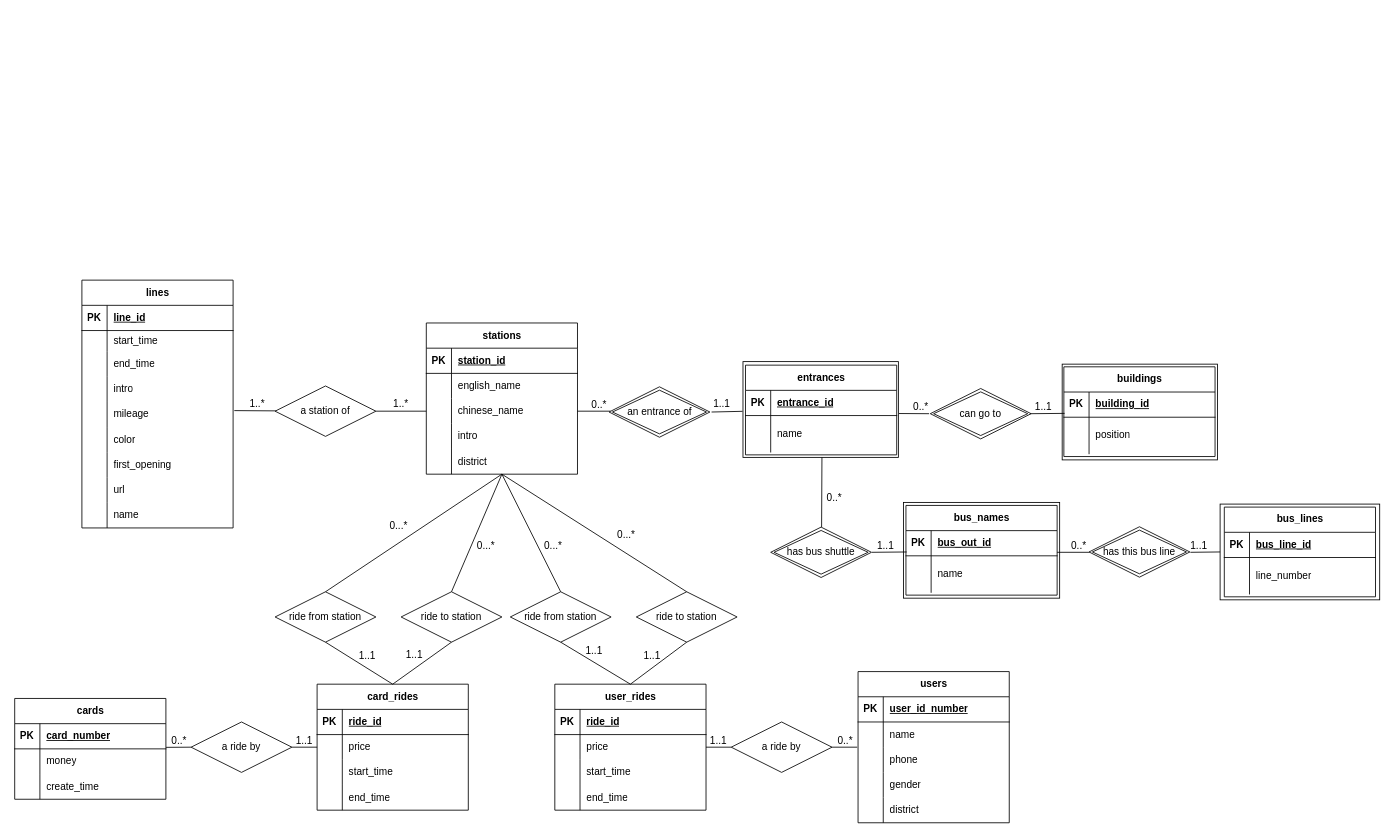
Earlier version of the draw.io diagram ER-Proj1.drawio (Dilemma-CMZ/CS307-Project1). Source tidied: cells renumbered, new cells numbered last; positions are measured from the earlier drawing's top-left corner, leaving out a move shared by most shapes. Both pictures are drawn from the tidied source at 84%, with x=0, y=0 at pixel (14, 280).
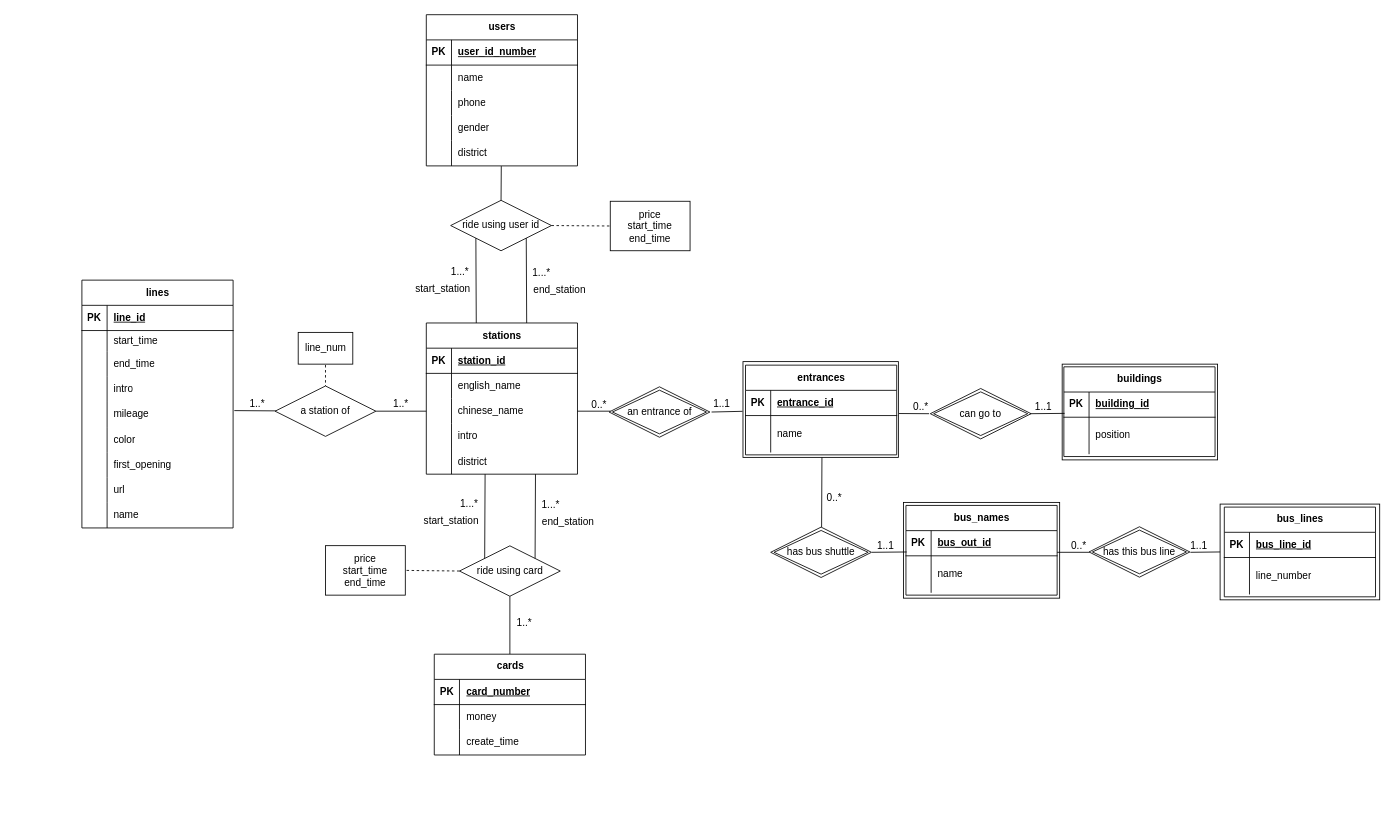
The same diagram, later.

The change refers to these unchanged cells:
```xml
<mxCell id="50" value="a station of" style="shape=rhombus;perimeter=rhombusPerimeter;whiteSpace=wrap;html=1;align=center;" parent="1" vertex="1">
  <mxGeometry x="310" y="126" width="120" height="60" as="geometry" />
</mxCell>
<mxCell id="150" style="shape=tableRow;horizontal=0;startSize=0;swimlaneHead=0;swimlaneBody=0;fillColor=none;points=[[0,0.5],[1,0.5]];portConstraint=eastwest;top=0;left=0;right=0;bottom=1;" parent="149" vertex="1">
  <mxGeometry y="30" width="180" height="30" as="geometry" />
</mxCell>
<mxCell id="172" style="shape=tableRow;horizontal=0;startSize=0;swimlaneHead=0;swimlaneBody=0;fillColor=none;points=[[0,0.5],[1,0.5]];portConstraint=eastwest;top=0;left=0;right=0;bottom=0;" parent="159" vertex="1">
  <mxGeometry y="150" width="180" height="30" as="geometry" />
</mxCell>
```

What changed in the source:
```diff
@@
-    <mxCell id="99" value="card_rides" style="shape=table;startSize=30;childLayout=tableLayout;rowLines=0;fontStyle=1;align=center;html=1;" parent="1" vertex="1">
-      <mxGeometry x="360" y="481" width="180" height="150" as="geometry" />
-    </mxCell>
-    <mxCell id="100" style="shape=tableRow;horizontal=0;startSize=0;swimlaneHead=0;swimlaneBody=0;fillColor=none;top=0;left=0;right=0;bottom=1;" parent="99" vertex="1">
-      <mxGeometry y="30" width="180" height="30" as="geometry" />
-    </mxCell>
-    <mxCell id="101" value="PK" style="shape=partialRectangle;fillColor=none;top=0;left=0;bottom=0;right=0;fontStyle=1;overflow=hidden;whiteSpace=wrap;html=1;" parent="100" vertex="1">
-      <mxGeometry width="30" height="30" as="geometry" />
-    </mxCell>
-    <mxCell id="102" value="ride_id" style="shape=partialRectangle;fillColor=none;top=0;left=0;bottom=0;right=0;align=left;spacingLeft=6;fontStyle=5;overflow=hidden;whiteSpace=wrap;html=1;" parent="100" vertex="1">
-      <mxGeometry x="30" width="150" height="30" as="geometry" />
-    </mxCell>
-    <mxCell id="103" style="shape=tableRow;horizontal=0;startSize=0;swimlaneHead=0;swimlaneBody=0;fillColor=none;points=[[0,0.5],[1,0.5]];portConstraint=eastwest;top=0;left=0;right=0;bottom=0;" parent="99" vertex="1">
-      <mxGeometry y="60" width="180" height="30" as="geometry" />
-    </mxCell>
-    <mxCell id="104" style="shape=partialRectangle;fillColor=none;top=0;left=0;bottom=0;right=0;overflow=hidden;whiteSpace=wrap;html=1;" parent="103" vertex="1">
-      <mxGeometry width="30" height="30" as="geometry" />
-    </mxCell>
-    <mxCell id="105" value="price" style="shape=partialRectangle;fillColor=none;top=0;left=0;bottom=0;right=0;align=left;spacingLeft=6;overflow=hidden;whiteSpace=wrap;html=1;" parent="103" vertex="1">
-      <mxGeometry x="30" width="150" height="30" as="geometry" />
-    </mxCell>
-    <mxCell id="106" style="shape=tableRow;horizontal=0;startSize=0;swimlaneHead=0;swimlaneBody=0;fillColor=none;top=0;left=0;right=0;bottom=0;" parent="99" vertex="1">
-      <mxGeometry y="90" width="180" height="30" as="geometry" />
-    </mxCell>
-    <mxCell id="107" style="shape=partialRectangle;fillColor=none;top=0;left=0;bottom=0;right=0;overflow=hidden;whiteSpace=wrap;html=1;" parent="106" vertex="1">
-      <mxGeometry width="30" height="30" as="geometry" />
-    </mxCell>
-    <mxCell id="108" value="start_time" style="shape=partialRectangle;fillColor=none;top=0;left=0;bottom=0;right=0;align=left;spacingLeft=6;overflow=hidden;whiteSpace=wrap;html=1;" parent="106" vertex="1">
-      <mxGeometry x="30" width="150" height="30" as="geometry" />
-    </mxCell>
-    <mxCell id="109" style="shape=tableRow;horizontal=0;startSize=0;swimlaneHead=0;swimlaneBody=0;fillColor=none;top=0;left=0;right=0;bottom=0;" parent="99" vertex="1">
-      <mxGeometry y="120" width="180" height="30" as="geometry" />
-    </mxCell>
-    <mxCell id="110" style="shape=partialRectangle;fillColor=none;top=0;left=0;bottom=0;right=0;overflow=hidden;whiteSpace=wrap;html=1;" parent="109" vertex="1">
-      <mxGeometry width="30" height="30" as="geometry" />
-    </mxCell>
-    <mxCell id="111" value="end_time" style="shape=partialRectangle;fillColor=none;top=0;left=0;bottom=0;right=0;align=left;spacingLeft=6;overflow=hidden;whiteSpace=wrap;html=1;" parent="109" vertex="1">
-      <mxGeometry x="30" width="150" height="30" as="geometry" />
-    </mxCell>
-    <mxCell id="112" value="ride from station" style="shape=rhombus;perimeter=rhombusPerimeter;whiteSpace=wrap;html=1;align=center;" parent="1" vertex="1">
-      <mxGeometry x="310" y="371" width="120" height="60" as="geometry" />
+    <mxCell id="112" value="ride using card" style="shape=rhombus;perimeter=rhombusPerimeter;whiteSpace=wrap;html=1;align=center;" parent="1" vertex="1">
+      <mxGeometry x="529.5" y="316.3" width="120" height="60" as="geometry" />
     </mxCell>
-    <mxCell id="113" value="ride to station" style="shape=rhombus;perimeter=rhombusPerimeter;whiteSpace=wrap;html=1;align=center;" parent="1" vertex="1">
-      <mxGeometry x="460" y="371" width="120" height="60" as="geometry" />
-    </mxCell>
-    <mxCell id="114" style="endArrow=none;html=1;rounded=0;exitX=0.5;exitY=0;exitDx=0;exitDy=0;" parent="1" edge="1" source="112">
+    <mxCell id="114" style="endArrow=none;html=1;rounded=0;exitX=0;exitY=0;exitDx=0;exitDy=0;" parent="1" edge="1" source="112">
       <mxGeometry relative="1" as="geometry">
-        <mxPoint x="580" y="231" as="targetPoint" />
+        <mxPoint x="560" y="231" as="targetPoint" />
       </mxGeometry>
     </mxCell>
-    <mxCell id="115" value="0...*" style="html=1;whiteSpace=wrap;align=right;verticalAlign=bottom;rotation=0;" parent="114" vertex="1">
+    <mxCell id="115" value="1...*" style="html=1;whiteSpace=wrap;align=right;verticalAlign=bottom;rotation=0;" parent="114" vertex="1">
       <mxGeometry x="1" relative="1" as="geometry">
-        <mxPoint x="-111" y="70" as="offset" />
+        <mxPoint x="-7" y="44" as="offset" />
       </mxGeometry>
     </mxCell>
-    <mxCell id="116" style="endArrow=none;html=1;rounded=0;entryX=0.5;entryY=1;entryDx=0;entryDy=0;exitX=0.5;exitY=0;exitDx=0;exitDy=0;" parent="1" edge="1" source="99" target="112">
+    <mxCell id="116" style="endArrow=none;html=1;rounded=0;entryX=0.5;entryY=1;entryDx=0;entryDy=0;exitX=0.5;exitY=0;exitDx=0;exitDy=0;" parent="1" edge="1" source="149" target="112">
       <mxGeometry relative="1" as="geometry" />
     </mxCell>
-    <mxCell id="117" value="1..1" style="html=1;whiteSpace=wrap;align=right;verticalAlign=bottom;rotation=0;" parent="116" vertex="1">
+    <mxCell id="117" value="1..*" style="html=1;whiteSpace=wrap;align=right;verticalAlign=bottom;rotation=0;" parent="116" vertex="1">
       <mxGeometry x="1" relative="1" as="geometry">
-        <mxPoint x="61" y="24" as="offset" />
+        <mxPoint x="27" y="40" as="offset" />
       </mxGeometry>
     </mxCell>
@@
-    <mxCell id="119" style="endArrow=none;html=1;rounded=0;entryX=0.5;entryY=1;entryDx=0;entryDy=0;" parent="1" edge="1" target="113">
-      <mxGeometry relative="1" as="geometry">
-        <mxPoint x="450" y="481" as="sourcePoint" />
-      </mxGeometry>
-    </mxCell>
-    <mxCell id="120" value="1..1" style="html=1;whiteSpace=wrap;align=right;verticalAlign=bottom;rotation=0;" parent="119" vertex="1">
-      <mxGeometry x="1" relative="1" as="geometry">
-        <mxPoint x="-33" y="23" as="offset" />
-      </mxGeometry>
-    </mxCell>
-    <mxCell id="121" style="endArrow=none;html=1;rounded=0;exitX=0.5;exitY=0;exitDx=0;exitDy=0;" parent="1" edge="1" source="113">
-      <mxGeometry relative="1" as="geometry">
-        <mxPoint x="580" y="231" as="targetPoint" />
-      </mxGeometry>
-    </mxCell>
-    <mxCell id="122" value="0...*" style="html=1;whiteSpace=wrap;align=right;verticalAlign=bottom;rotation=0;" parent="121" vertex="1">
-      <mxGeometry x="1" relative="1" as="geometry">
-        <mxPoint x="-7" y="94" as="offset" />
-      </mxGeometry>
-    </mxCell>
-    <mxCell id="123" value="user_rides" style="shape=table;startSize=30;childLayout=tableLayout;rowLines=0;fontStyle=1;align=center;html=1;" parent="1" vertex="1">
-      <mxGeometry x="643" y="481" width="180" height="150" as="geometry" />
-    </mxCell>
-    <mxCell id="124" style="shape=tableRow;horizontal=0;startSize=0;swimlaneHead=0;swimlaneBody=0;fillColor=none;top=0;left=0;right=0;bottom=1;" parent="123" vertex="1">
-      <mxGeometry y="30" width="180" height="30" as="geometry" />
-    </mxCell>
-    <mxCell id="125" value="PK" style="shape=partialRectangle;fillColor=none;top=0;left=0;bottom=0;right=0;fontStyle=1;overflow=hidden;whiteSpace=wrap;html=1;" parent="124" vertex="1">
-      <mxGeometry width="30" height="30" as="geometry" />
-    </mxCell>
-    <mxCell id="126" value="ride_id" style="shape=partialRectangle;fillColor=none;top=0;left=0;bottom=0;right=0;align=left;spacingLeft=6;fontStyle=5;overflow=hidden;whiteSpace=wrap;html=1;" parent="124" vertex="1">
-      <mxGeometry x="30" width="150" height="30" as="geometry" />
-    </mxCell>
-    <mxCell id="127" style="shape=tableRow;horizontal=0;startSize=0;swimlaneHead=0;swimlaneBody=0;fillColor=none;top=0;left=0;right=0;bottom=0;" parent="123" vertex="1">
-      <mxGeometry y="60" width="180" height="30" as="geometry" />
-    </mxCell>
-    <mxCell id="128" style="shape=partialRectangle;fillColor=none;top=0;left=0;bottom=0;right=0;overflow=hidden;whiteSpace=wrap;html=1;" parent="127" vertex="1">
-      <mxGeometry width="30" height="30" as="geometry" />
-    </mxCell>
-    <mxCell id="129" value="price" style="shape=partialRectangle;fillColor=none;top=0;left=0;bottom=0;right=0;align=left;spacingLeft=6;overflow=hidden;whiteSpace=wrap;html=1;" parent="127" vertex="1">
-      <mxGeometry x="30" width="150" height="30" as="geometry" />
-    </mxCell>
-    <mxCell id="130" style="shape=tableRow;horizontal=0;startSize=0;swimlaneHead=0;swimlaneBody=0;fillColor=none;top=0;left=0;right=0;bottom=0;" parent="123" vertex="1">
-      <mxGeometry y="90" width="180" height="30" as="geometry" />
-    </mxCell>
-    <mxCell id="131" style="shape=partialRectangle;fillColor=none;top=0;left=0;bottom=0;right=0;overflow=hidden;whiteSpace=wrap;html=1;" parent="130" vertex="1">
-      <mxGeometry width="30" height="30" as="geometry" />
-    </mxCell>
-    <mxCell id="132" value="start_time" style="shape=partialRectangle;fillColor=none;top=0;left=0;bottom=0;right=0;align=left;spacingLeft=6;overflow=hidden;whiteSpace=wrap;html=1;" parent="130" vertex="1">
-      <mxGeometry x="30" width="150" height="30" as="geometry" />
-    </mxCell>
-    <mxCell id="133" style="shape=tableRow;horizontal=0;startSize=0;swimlaneHead=0;swimlaneBody=0;fillColor=none;top=0;left=0;right=0;bottom=0;" parent="123" vertex="1">
-      <mxGeometry y="120" width="180" height="30" as="geometry" />
-    </mxCell>
-    <mxCell id="134" style="shape=partialRectangle;fillColor=none;top=0;left=0;bottom=0;right=0;overflow=hidden;whiteSpace=wrap;html=1;" parent="133" vertex="1">
-      <mxGeometry width="30" height="30" as="geometry" />
-    </mxCell>
-    <mxCell id="135" value="end_time" style="shape=partialRectangle;fillColor=none;top=0;left=0;bottom=0;right=0;align=left;spacingLeft=6;overflow=hidden;whiteSpace=wrap;html=1;" parent="133" vertex="1">
-      <mxGeometry x="30" width="150" height="30" as="geometry" />
-    </mxCell>
-    <mxCell id="136" value="ride from station" style="shape=rhombus;perimeter=rhombusPerimeter;whiteSpace=wrap;html=1;align=center;" parent="1" vertex="1">
-      <mxGeometry x="590" y="371" width="120" height="60" as="geometry" />
+    <mxCell id="136" value="ride using user id" style="shape=rhombus;perimeter=rhombusPerimeter;whiteSpace=wrap;html=1;align=center;" parent="1" vertex="1">
+      <mxGeometry x="519" y="-95" width="120" height="60" as="geometry" />
     </mxCell>
-    <mxCell id="137" value="ride to station" style="shape=rhombus;perimeter=rhombusPerimeter;whiteSpace=wrap;html=1;align=center;" parent="1" vertex="1">
-      <mxGeometry x="740" y="371" width="120" height="60" as="geometry" />
-    </mxCell>
-    <mxCell id="138" style="endArrow=none;html=1;rounded=0;exitX=0.5;exitY=0;exitDx=0;exitDy=0;" parent="1" edge="1" source="136">
-      <mxGeometry relative="1" as="geometry">
-        <mxPoint x="580" y="231" as="targetPoint" />
-      </mxGeometry>
-    </mxCell>
-    <mxCell id="139" value="0...*" style="html=1;whiteSpace=wrap;align=right;verticalAlign=bottom;rotation=0;" parent="138" vertex="1">
-      <mxGeometry x="1" relative="1" as="geometry">
-        <mxPoint x="160" y="80" as="offset" />
-      </mxGeometry>
-    </mxCell>
-    <mxCell id="140" style="endArrow=none;html=1;rounded=0;entryX=0.5;entryY=1;entryDx=0;entryDy=0;exitX=0.5;exitY=0;exitDx=0;exitDy=0;" parent="1" edge="1" source="123" target="136">
+    <mxCell id="140" style="endArrow=none;html=1;rounded=0;exitX=0.496;exitY=1.009;exitDx=0;exitDy=0;exitPerimeter=0;entryX=0.5;entryY=0;entryDx=0;entryDy=0;" parent="1" edge="1" source="172" target="136">
       <mxGeometry relative="1" as="geometry" />
     </mxCell>
-    <mxCell id="141" style="endArrow=none;html=1;rounded=0;entryX=0.5;entryY=1;entryDx=0;entryDy=0;exitX=0.5;exitY=0;exitDx=0;exitDy=0;" parent="1" edge="1" source="123" target="137">
-      <mxGeometry relative="1" as="geometry" />
-    </mxCell>
-    <mxCell id="142" style="endArrow=none;html=1;rounded=0;exitX=0.5;exitY=0;exitDx=0;exitDy=0;" parent="1" edge="1" source="137">
-      <mxGeometry relative="1" as="geometry">
-        <mxPoint x="580" y="231" as="targetPoint" />
-      </mxGeometry>
-    </mxCell>
-    <mxCell id="143" value="0...*" style="html=1;whiteSpace=wrap;align=right;verticalAlign=bottom;rotation=0;" parent="142" vertex="1">
-      <mxGeometry x="1" relative="1" as="geometry">
-        <mxPoint x="73" y="94" as="offset" />
-      </mxGeometry>
-    </mxCell>
-    <mxCell id="144" value="1..1" style="html=1;whiteSpace=wrap;align=right;verticalAlign=bottom;rotation=0;" parent="1" vertex="1">
-      <mxGeometry x="700.6" y="450" as="geometry" />
-    </mxCell>
-    <mxCell id="145" value="1..1" style="html=1;whiteSpace=wrap;align=right;verticalAlign=bottom;rotation=0;" parent="1" vertex="1">
-      <mxGeometry x="526" y="475" as="geometry">
-        <mxPoint x="244" y="-20" as="offset" />
-      </mxGeometry>
-    </mxCell>
@@
     <mxCell id="149" value="cards" style="shape=table;startSize=30;childLayout=tableLayout;rowLines=0;fontStyle=1;align=center;html=1;" parent="1" vertex="1">
-      <mxGeometry y="498" width="180" height="120" as="geometry" />
+      <mxGeometry x="499.5" y="445.3" width="180" height="120" as="geometry" />
     </mxCell>
@@
     <mxCell id="159" value="users" style="shape=table;startSize=30;childLayout=tableLayout;rowLines=0;fontStyle=1;align=center;html=1;" parent="1" vertex="1">
-      <mxGeometry x="1004" y="466" width="180" height="180" as="geometry" />
+      <mxGeometry x="490" y="-316" width="180" height="180" as="geometry" />
     </mxCell>
@@
-    <mxCell id="175" value="a ride by" style="shape=rhombus;perimeter=rhombusPerimeter;whiteSpace=wrap;html=1;align=center;" parent="1" vertex="1">
-      <mxGeometry x="210" y="526" width="120" height="60" as="geometry" />
-    </mxCell>
-    <mxCell id="176" style="endArrow=none;html=1;rounded=0;exitX=0;exitY=0.5;exitDx=0;exitDy=0;entryX=1.001;entryY=0.94;entryDx=0;entryDy=0;entryPerimeter=0;" parent="1" edge="1" source="175" target="150">
-      <mxGeometry relative="1" as="geometry" />
-    </mxCell>
-    <mxCell id="177" value="0..*" style="html=1;whiteSpace=wrap;align=right;verticalAlign=bottom;" parent="176" vertex="1">
-      <mxGeometry x="1" relative="1" as="geometry">
-        <mxPoint x="26" y="1" as="offset" />
-      </mxGeometry>
-    </mxCell>
-    <mxCell id="178" style="endArrow=none;html=1;rounded=0;exitX=0;exitY=0.5;exitDx=0;exitDy=0;entryX=1;entryY=0.5;entryDx=0;entryDy=0;" parent="1" edge="1" source="103" target="175">
-      <mxGeometry relative="1" as="geometry" />
-    </mxCell>
-    <mxCell id="179" value="1..1" style="html=1;whiteSpace=wrap;align=right;verticalAlign=bottom;" parent="178" vertex="1">
-      <mxGeometry x="1" relative="1" as="geometry">
-        <mxPoint x="26" y="1" as="offset" />
-      </mxGeometry>
-    </mxCell>
-    <mxCell id="180" value="a ride by" style="shape=rhombus;perimeter=rhombusPerimeter;whiteSpace=wrap;html=1;align=center;" parent="1" vertex="1">
-      <mxGeometry x="853" y="526" width="120" height="60" as="geometry" />
-    </mxCell>
-    <mxCell id="181" style="endArrow=none;html=1;rounded=0;exitX=0;exitY=0.5;exitDx=0;exitDy=0;entryX=1.001;entryY=0.94;entryDx=0;entryDy=0;entryPerimeter=0;" parent="1" edge="1" source="180">
-      <mxGeometry relative="1" as="geometry">
-        <mxPoint x="823" y="556" as="targetPoint" />
-      </mxGeometry>
-    </mxCell>
-    <mxCell id="182" value="1..1" style="html=1;whiteSpace=wrap;align=right;verticalAlign=bottom;" parent="181" vertex="1">
-      <mxGeometry x="1" relative="1" as="geometry">
-        <mxPoint x="26" y="1" as="offset" />
-      </mxGeometry>
-    </mxCell>
-    <mxCell id="183" style="endArrow=none;html=1;rounded=0;entryX=1;entryY=0.5;entryDx=0;entryDy=0;" parent="1" edge="1" target="180">
-      <mxGeometry relative="1" as="geometry">
-        <mxPoint x="1003" y="556" as="sourcePoint" />
-      </mxGeometry>
-    </mxCell>
-    <mxCell id="184" value="0..*" style="html=1;whiteSpace=wrap;align=right;verticalAlign=bottom;" parent="183" vertex="1">
-      <mxGeometry x="1" relative="1" as="geometry">
-        <mxPoint x="26" y="1" as="offset" />
-      </mxGeometry>
-    </mxCell>
+    <mxCell id="185" style="endArrow=none;dashed=1;html=1;rounded=0;entryX=0.5;entryY=0;entryDx=0;entryDy=0;" parent="1" edge="1" target="50">
+      <mxGeometry relative="1" as="geometry">
+        <mxPoint x="370" y="101" as="sourcePoint" />
+      </mxGeometry>
+    </mxCell>
+    <mxCell id="186" value="line_num" style="rounded=0;whiteSpace=wrap;html=1;" parent="1" vertex="1">
+      <mxGeometry x="337.5" y="62.2" width="65" height="37.8" as="geometry" />
+    </mxCell>
+    <mxCell id="187" style="endArrow=none;dashed=1;html=1;rounded=0;exitX=0;exitY=0.5;exitDx=0;exitDy=0;entryX=1;entryY=0.5;entryDx=0;entryDy=0;" parent="1" edge="1" source="112" target="188">
+      <mxGeometry relative="1" as="geometry" />
+    </mxCell>
+    <mxCell id="188" value="price&lt;div&gt;start_time&lt;/div&gt;&lt;div&gt;end_time&lt;/div&gt;" style="rounded=0;whiteSpace=wrap;html=1;" parent="1" vertex="1">
+      <mxGeometry x="370" y="316.1" width="95" height="58.9" as="geometry" />
+    </mxCell>
+    <mxCell id="189" style="endArrow=none;html=1;rounded=0;exitX=1;exitY=0;exitDx=0;exitDy=0;" parent="1" edge="1" source="112">
+      <mxGeometry relative="1" as="geometry">
+        <mxPoint x="620" y="231" as="targetPoint" />
+      </mxGeometry>
+    </mxCell>
+    <mxCell id="190" value="1...*" style="html=1;whiteSpace=wrap;align=right;verticalAlign=bottom;rotation=0;" parent="189" vertex="1">
+      <mxGeometry x="1" relative="1" as="geometry">
+        <mxPoint x="30" y="45" as="offset" />
+      </mxGeometry>
+    </mxCell>
+    <mxCell id="191" value="start_station" style="text;html=1;align=center;verticalAlign=middle;whiteSpace=wrap;rounded=0;" parent="1" vertex="1">
+      <mxGeometry x="490" y="272" width="60" height="30" as="geometry" />
+    </mxCell>
+    <mxCell id="192" value="end_station" style="text;html=1;align=center;verticalAlign=middle;whiteSpace=wrap;rounded=0;" parent="1" vertex="1">
+      <mxGeometry x="629" y="272.6" width="60" height="30" as="geometry" />
+    </mxCell>
+    <mxCell id="193" style="endArrow=none;dashed=1;html=1;rounded=0;exitX=1;exitY=0.5;exitDx=0;exitDy=0;entryX=0;entryY=0.5;entryDx=0;entryDy=0;" parent="1" edge="1" source="136" target="194">
+      <mxGeometry relative="1" as="geometry" />
+    </mxCell>
+    <mxCell id="194" value="price&lt;div&gt;start_time&lt;/div&gt;&lt;div&gt;end_time&lt;/div&gt;" style="rounded=0;whiteSpace=wrap;html=1;" parent="1" vertex="1">
+      <mxGeometry x="709" y="-93.9" width="95" height="58.9" as="geometry" />
+    </mxCell>
+    <mxCell id="195" style="html=1;whiteSpace=wrap;align=right;verticalAlign=bottom;rotation=0;" parent="1" vertex="1">
+      <mxGeometry x="635" y="306.6" as="geometry">
+        <mxPoint x="-27" y="-437" as="offset" />
+      </mxGeometry>
+    </mxCell>
+    <mxCell id="196" style="endArrow=none;html=1;rounded=0;exitX=0;exitY=0;exitDx=0;exitDy=0;entryX=0;entryY=1;entryDx=0;entryDy=0;" parent="1" edge="1" target="136">
+      <mxGeometry relative="1" as="geometry">
+        <mxPoint x="549.5" y="51" as="sourcePoint" />
+      </mxGeometry>
+    </mxCell>
+    <mxCell id="197" value="1...*" style="html=1;whiteSpace=wrap;align=right;verticalAlign=bottom;rotation=0;" parent="196" vertex="1">
+      <mxGeometry x="1" relative="1" as="geometry">
+        <mxPoint x="-7" y="48" as="offset" />
+      </mxGeometry>
+    </mxCell>
+    <mxCell id="198" style="endArrow=none;html=1;rounded=0;exitX=1;exitY=0;exitDx=0;exitDy=0;entryX=1;entryY=1;entryDx=0;entryDy=0;" parent="1" edge="1" target="136">
+      <mxGeometry relative="1" as="geometry">
+        <mxPoint x="609.5" y="51" as="sourcePoint" />
+      </mxGeometry>
+    </mxCell>
+    <mxCell id="199" value="1...*" style="html=1;whiteSpace=wrap;align=right;verticalAlign=bottom;rotation=0;" parent="198" vertex="1">
+      <mxGeometry x="1" relative="1" as="geometry">
+        <mxPoint x="30" y="49" as="offset" />
+      </mxGeometry>
+    </mxCell>
+    <mxCell id="200" value="start_station" style="text;html=1;align=center;verticalAlign=middle;whiteSpace=wrap;rounded=0;" parent="1" vertex="1">
+      <mxGeometry x="479.5" y="-4" width="60" height="30" as="geometry" />
+    </mxCell>
+    <mxCell id="201" value="end_station" style="text;html=1;align=center;verticalAlign=middle;whiteSpace=wrap;rounded=0;" parent="1" vertex="1">
+      <mxGeometry x="618.5" y="-3.4" width="60" height="30" as="geometry" />
+    </mxCell>
```
